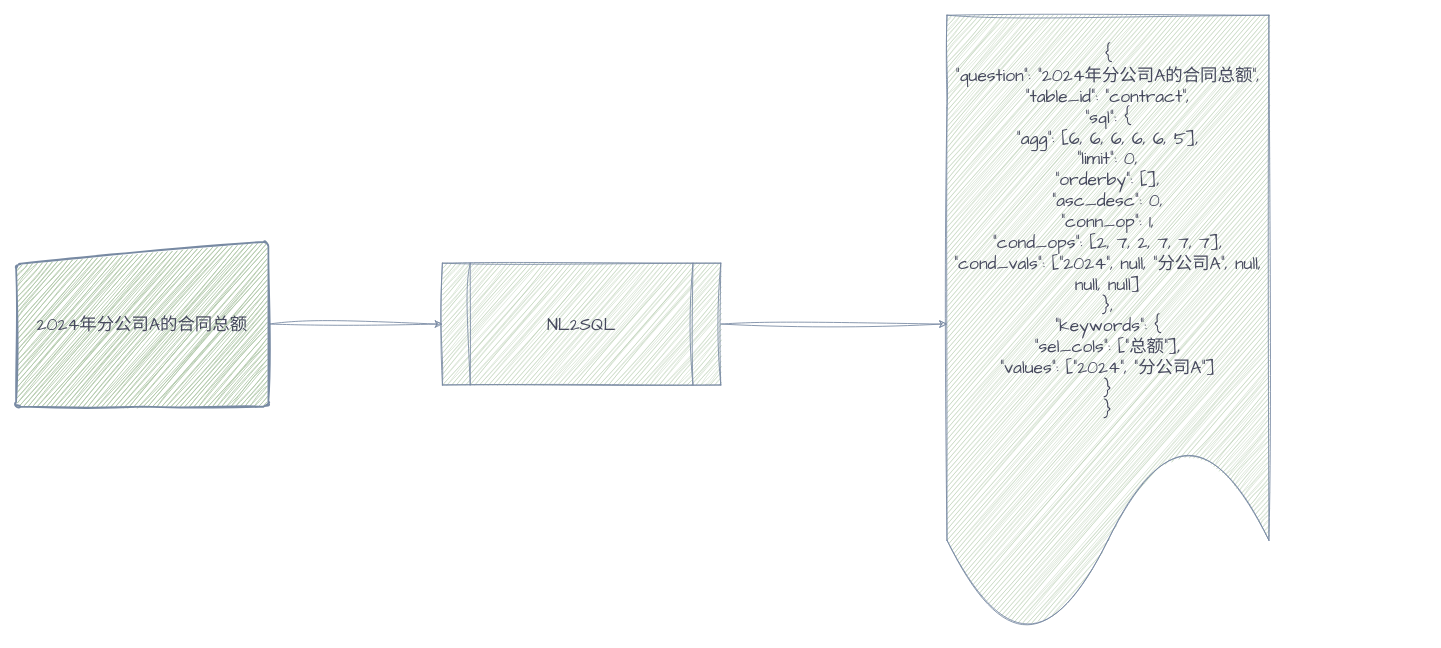
Before: page "nl2sql-structure-column-code" (3 of 9) of doc/nl2sql.drawio in WECENG/bert-nl2sql, a draw.io diagram. Source tidied: cells renumbered, new cells numbered last; positions are measured from the earlier drawing's top-left corner, leaving out a move shared by most shapes. Both pictures are drawn from the tidied source at 87%, with x=0, y=0 at pixel (16, 15).
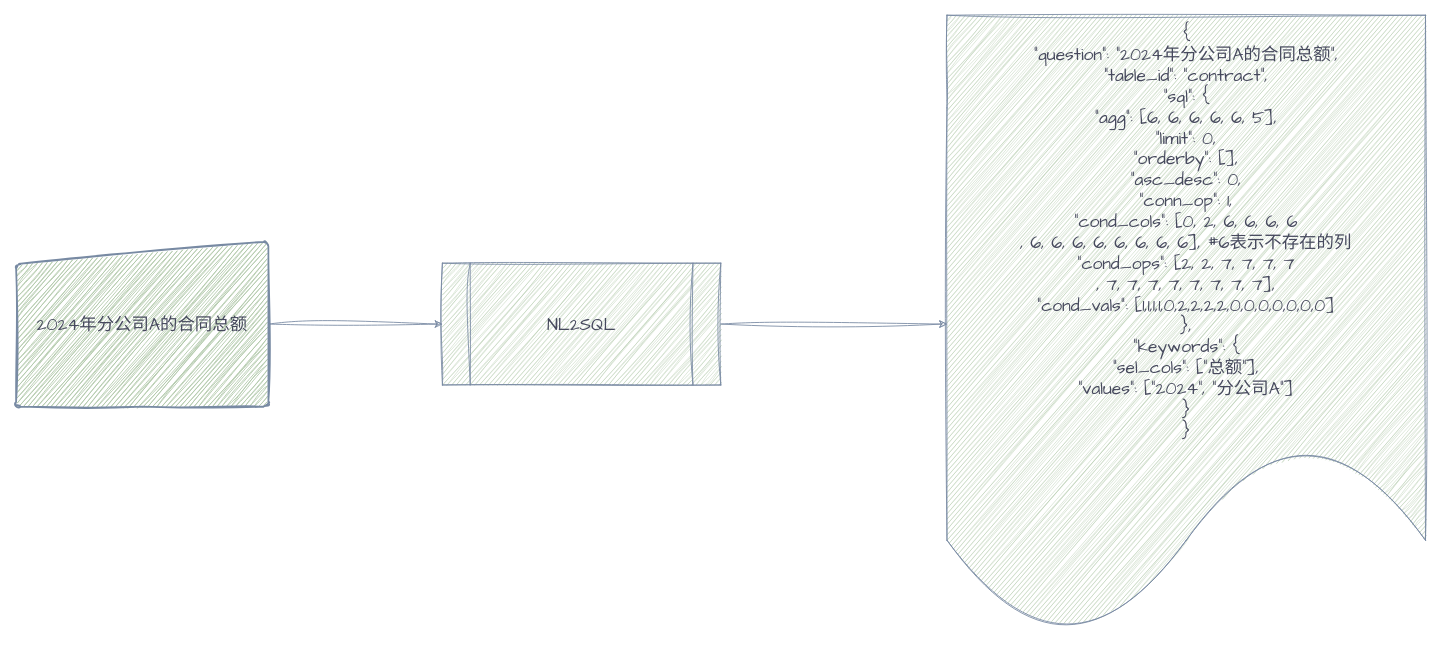
The same diagram, later.

The edit, as a diff of the source:
```diff
@@
 <mxGraphModel>
   <root>
     <mxCell id="0" />
     <mxCell id="1" parent="0" />
     <mxCell id="2" style="edgeStyle=orthogonalEdgeStyle;rounded=0;sketch=1;hachureGap=4;jiggle=2;curveFitting=1;jettySize=auto;html=1;fontFamily=Architects Daughter;fontSize=16;labelBackgroundColor=none;strokeColor=#788AA3;fontColor=default;" parent="1" edge="1" source="3" target="5">
       <mxGeometry relative="1" as="geometry" />
     </mxCell>
     <mxCell id="3" value="2024年分公司A的合同总额" style="html=1;strokeWidth=2;shape=manualInput;whiteSpace=wrap;rounded=1;size=26;arcSize=11;sketch=1;hachureGap=4;jiggle=2;curveFitting=1;fontFamily=Architects Daughter;fontSize=20;labelBackgroundColor=none;fillColor=#B2C9AB;strokeColor=#788AA3;fontColor=#46495D;" parent="1" vertex="1">
       <mxGeometry y="260" width="290" height="190" as="geometry" />
     </mxCell>
     <mxCell id="4" style="edgeStyle=orthogonalEdgeStyle;rounded=0;sketch=1;hachureGap=4;jiggle=2;curveFitting=1;jettySize=auto;html=1;entryX=0;entryY=0.5;entryDx=0;entryDy=0;fontFamily=Architects Daughter;fontSize=16;labelBackgroundColor=none;strokeColor=#788AA3;fontColor=default;" parent="1" edge="1" source="5" target="6">
       <mxGeometry relative="1" as="geometry" />
     </mxCell>
     <mxCell id="5" value="NL2SQL" style="shape=process;whiteSpace=wrap;html=1;backgroundOutline=1;sketch=1;hachureGap=4;jiggle=2;curveFitting=1;fontFamily=Architects Daughter;fontSize=20;labelBackgroundColor=none;fillColor=#B2C9AB;strokeColor=#788AA3;fontColor=#46495D;" parent="1" vertex="1">
       <mxGeometry x="490" y="285" width="320" height="140" as="geometry" />
     </mxCell>
-    <mxCell id="6" value="&lt;div&gt;{&lt;/div&gt;&lt;div&gt;&#9;&quot;question&quot;: &quot;2024年分公司A的合同总额&quot;,&lt;/div&gt;&lt;div&gt;&lt;span style=&quot;&quot;&gt;&#9;&lt;/span&gt;&quot;table_id&quot;: &quot;contract&quot;,&lt;/div&gt;&lt;div&gt;&lt;span style=&quot;&quot;&gt;&#9;&lt;/span&gt;&quot;sql&quot;: {&lt;/div&gt;&lt;div&gt;&lt;span style=&quot;&quot;&gt;&#9;&#9;&lt;/span&gt;&quot;agg&quot;: [6, 6, 6, 6, 6, 5],&lt;/div&gt;&lt;div&gt;&lt;span style=&quot;&quot;&gt;&#9;&#9;&lt;/span&gt;&quot;limit&quot;: 0,&lt;/div&gt;&lt;div&gt;&lt;span style=&quot;&quot;&gt;&#9;&#9;&lt;/span&gt;&quot;orderby&quot;: [],&lt;/div&gt;&lt;div&gt;&lt;span style=&quot;&quot;&gt;&#9;&#9;&lt;/span&gt;&quot;asc_desc&quot;: 0,&lt;/div&gt;&lt;div&gt;&lt;span style=&quot;&quot;&gt;&#9;&#9;&lt;/span&gt;&quot;conn_op&quot;: 1,&lt;/div&gt;&lt;div&gt;&lt;span style=&quot;&quot;&gt;&#9;&#9;&lt;/span&gt;&quot;cond_ops&quot;: [2, 7, 2, 7, 7, 7],&lt;/div&gt;&lt;div&gt;&lt;span style=&quot;&quot;&gt;&#9;&#9;&lt;/span&gt;&quot;cond_vals&quot;: [&quot;2024&quot;, null, &quot;分公司A&quot;, null, null, null]&lt;/div&gt;&lt;div&gt;&lt;span style=&quot;&quot;&gt;&#9;&lt;/span&gt;},&lt;/div&gt;&lt;div&gt;&lt;span style=&quot;&quot;&gt;&#9;&lt;/span&gt;&quot;keywords&quot;: {&lt;/div&gt;&lt;div&gt;&lt;span style=&quot;&quot;&gt;&#9;&#9;&lt;/span&gt;&quot;sel_cols&quot;: [&quot;总额&quot;],&lt;/div&gt;&lt;div&gt;&lt;span style=&quot;&quot;&gt;&#9;&#9;&lt;/span&gt;&quot;values&quot;: [&quot;2024&quot;, &quot;分公司A&quot;]&lt;/div&gt;&lt;div&gt;&lt;span style=&quot;&quot;&gt;&#9;&lt;/span&gt;}&lt;/div&gt;&lt;div&gt;}&lt;/div&gt;" style="shape=document;whiteSpace=wrap;html=1;boundedLbl=1;sketch=1;hachureGap=4;jiggle=2;curveFitting=1;fontFamily=Architects Daughter;fontSize=20;labelBackgroundColor=none;fillColor=#B2C9AB;strokeColor=#788AA3;fontColor=#46495D;" parent="1" vertex="1">
-      <mxGeometry x="1070" width="370" height="710" as="geometry" />
+    <mxCell id="6" value="&lt;div&gt;{&lt;/div&gt;&lt;div&gt;&#9;&quot;question&quot;: &quot;2024年分公司A的合同总额&quot;,&lt;/div&gt;&lt;div&gt;&lt;span style=&quot;&quot;&gt;&#9;&lt;/span&gt;&quot;table_id&quot;: &quot;contract&quot;,&lt;/div&gt;&lt;div&gt;&lt;span style=&quot;&quot;&gt;&#9;&lt;/span&gt;&quot;sql&quot;: {&lt;/div&gt;&lt;div&gt;&lt;span style=&quot;&quot;&gt;&#9;&#9;&lt;/span&gt;&quot;agg&quot;: [6, 6, 6, 6, 6, 5],&lt;/div&gt;&lt;div&gt;&lt;span style=&quot;&quot;&gt;&#9;&#9;&lt;/span&gt;&quot;limit&quot;: 0,&lt;/div&gt;&lt;div&gt;&lt;span style=&quot;&quot;&gt;&#9;&#9;&lt;/span&gt;&quot;orderby&quot;: [],&lt;/div&gt;&lt;div&gt;&lt;span style=&quot;&quot;&gt;&#9;&#9;&lt;/span&gt;&quot;asc_desc&quot;: 0,&lt;/div&gt;&lt;div&gt;&lt;span style=&quot;&quot;&gt;&#9;&#9;&lt;/span&gt;&quot;conn_op&quot;: 1,&lt;/div&gt;&lt;div&gt;&quot;cond_cols&quot;: [0, 2, 6, 6, 6, 6&lt;/div&gt;, 6, 6, 6, 6, 6, 6, 6, 6&lt;span style=&quot;background-color: initial;&quot;&gt;], #6表示不存在的列&lt;/span&gt;&lt;br&gt;&lt;div&gt;&lt;span style=&quot;&quot;&gt;&#9;&#9;&lt;/span&gt;&quot;cond_ops&quot;: [2, 2, 7, 7, 7, 7&lt;/div&gt;, 7, 7, 7, 7, 7, 7, 7, 7&lt;span style=&quot;background-color: initial;&quot;&gt;],&lt;/span&gt;&lt;br&gt;&lt;div&gt;&lt;span style=&quot;&quot;&gt;&#9;&#9;&lt;/span&gt;&quot;cond_vals&quot;: [1,1,1,1,0,2,2,2,2,0,0,0,0,0,0,0]&lt;/div&gt;&lt;div&gt;&lt;span style=&quot;&quot;&gt;&#9;&lt;/span&gt;},&lt;/div&gt;&lt;div&gt;&lt;span style=&quot;&quot;&gt;&#9;&lt;/span&gt;&quot;keywords&quot;: {&lt;/div&gt;&lt;div&gt;&lt;span style=&quot;&quot;&gt;&#9;&#9;&lt;/span&gt;&quot;sel_cols&quot;: [&quot;总额&quot;],&lt;/div&gt;&lt;div&gt;&lt;span style=&quot;&quot;&gt;&#9;&#9;&lt;/span&gt;&quot;values&quot;: [&quot;2024&quot;, &quot;分公司A&quot;]&lt;/div&gt;&lt;div&gt;&lt;span style=&quot;&quot;&gt;&#9;&lt;/span&gt;}&lt;/div&gt;&lt;div&gt;}&lt;/div&gt;" style="shape=document;whiteSpace=wrap;html=1;boundedLbl=1;sketch=1;hachureGap=4;jiggle=2;curveFitting=1;fontFamily=Architects Daughter;fontSize=20;labelBackgroundColor=none;fillColor=#B2C9AB;strokeColor=#788AA3;fontColor=#46495D;" parent="1" vertex="1">
+      <mxGeometry x="1070" width="550" height="710" as="geometry" />
     </mxCell>
   </root>
 </mxGraphModel>
```
